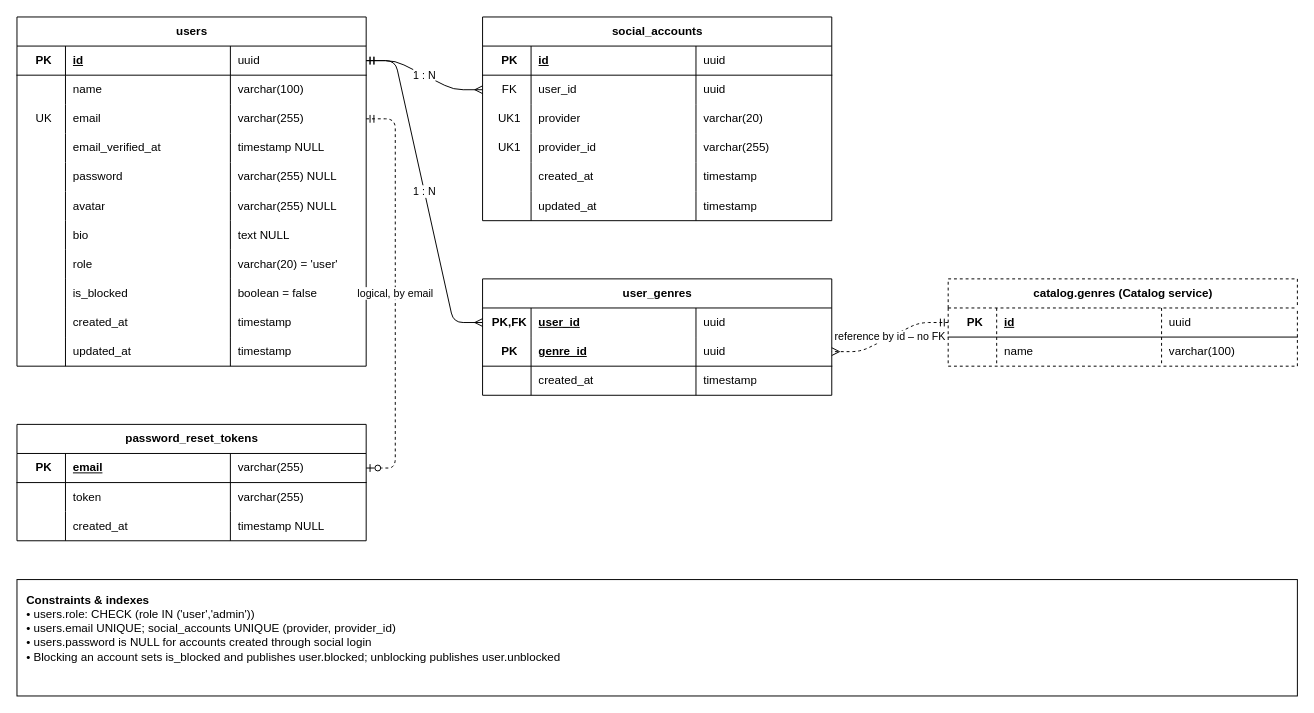
Earlier version of the draw.io diagram docs/erd/identity-erd.drawio (MariaMakary/MoviePlatform). Source tidied: cells renumbered, new cells numbered last; positions are measured from the earlier drawing's top-left corner, leaving out a move shared by most shapes. Both pictures are drawn from the tidied source at 97%, with x=0, y=0 at pixel (16, 16).
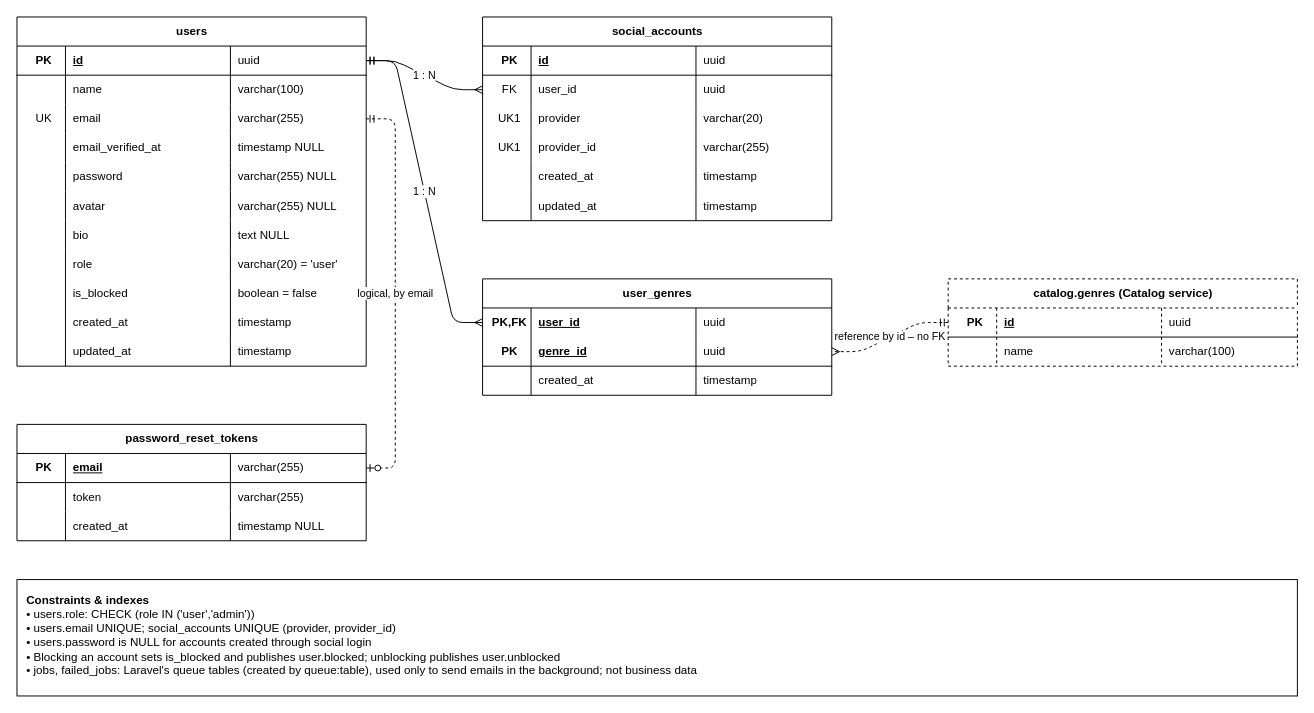
After the change.

Commit message (it also covers changes not shown here):
Send emails through Brevo in the background AB#1320

Diff of the diagram source:
```diff
@@
-    <mxCell id="111" value="&lt;b&gt;Constraints &amp;amp; indexes&lt;/b&gt;&lt;br&gt;• users.role: CHECK (role IN (&amp;#39;user&amp;#39;,&amp;#39;admin&amp;#39;))&lt;br&gt;• users.email UNIQUE; social_accounts UNIQUE (provider, provider_id)&lt;br&gt;• users.password is NULL for accounts created through social login&lt;br&gt;• Blocking an account sets is_blocked and publishes user.blocked; unblocking publishes user.unblocked" style="rounded=0;whiteSpace=wrap;html=1;align=left;verticalAlign=top;spacing=10;fillColor=#FFFFFF;strokeColor=#000000;fontColor=#000000;fontFamily=Arial;fontSize=12;" parent="1" vertex="1">
+    <mxCell id="111" value="&lt;b&gt;Constraints &amp;amp; indexes&lt;/b&gt;&lt;br&gt;• users.role: CHECK (role IN (&amp;#39;user&amp;#39;,&amp;#39;admin&amp;#39;))&lt;br&gt;• users.email UNIQUE; social_accounts UNIQUE (provider, provider_id)&lt;br&gt;• users.password is NULL for accounts created through social login&lt;br&gt;• Blocking an account sets is_blocked and publishes user.blocked; unblocking publishes user.unblocked&lt;br&gt;• jobs, failed_jobs: Laravel&amp;#39;s queue tables (created by queue:table), used only to send emails in the background; not business data" style="rounded=0;whiteSpace=wrap;html=1;align=left;verticalAlign=top;spacing=10;fillColor=#FFFFFF;strokeColor=#000000;fontColor=#000000;fontFamily=Arial;fontSize=12;" parent="1" vertex="1">
       <mxGeometry y="580" width="1320" height="120" as="geometry" />
     </mxCell>
```
